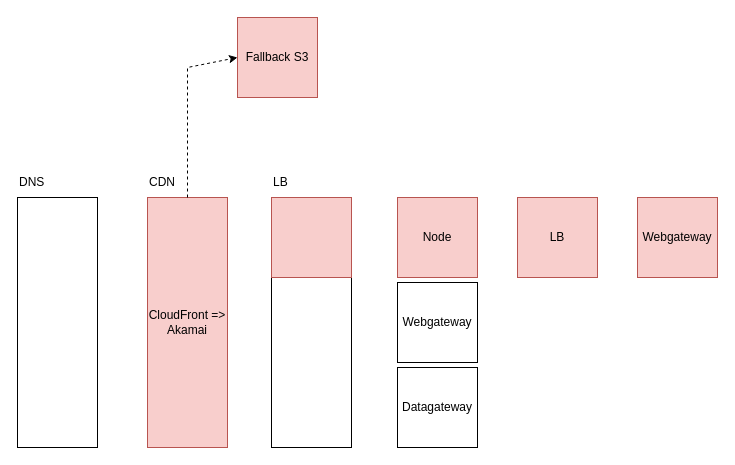
Earlier version of the draw.io diagram ssr-phemex.drawio (AC-YoY/diagram-storage). Source tidied: cells renumbered, new cells numbered last; positions are measured from the earlier drawing's top-left corner, leaving out a move shared by most shapes. Both pictures are drawn from the tidied source at 100%, with x=0, y=0 at pixel (17, 17).
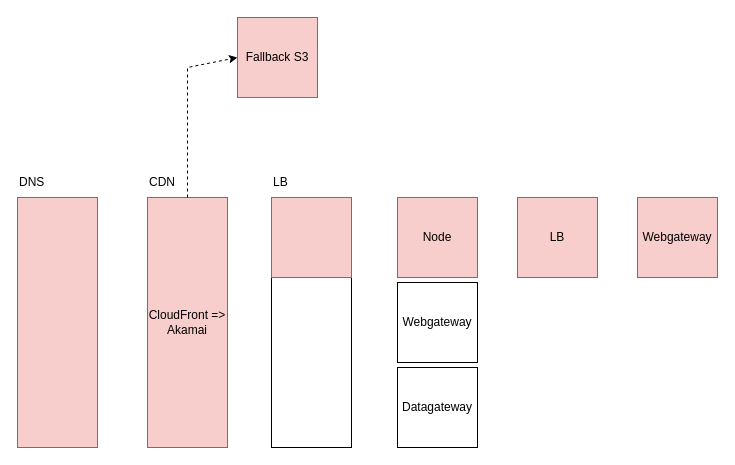
The same diagram, later.

The edit, as a diff of the source:
```diff
@@
 <mxGraphModel>
   <root>
     <mxCell id="0" />
     <mxCell id="1" parent="0" />
-    <mxCell id="2" style="rounded=0;whiteSpace=wrap;html=1;" parent="1" vertex="1">
+    <mxCell id="2" style="rounded=0;whiteSpace=wrap;html=1;fillColor=#f8cecc;strokeColor=#b85450;" parent="1" vertex="1">
       <mxGeometry y="180" width="80" height="250" as="geometry" />
     </mxCell>
     <mxCell id="3" value="&lt;div&gt;&lt;span style=&quot;background-color: transparent; color: light-dark(rgb(0, 0, 0), rgb(255, 255, 255));&quot;&gt;CloudFront =&amp;gt; Akamai&lt;/span&gt;&lt;/div&gt;" style="rounded=0;whiteSpace=wrap;html=1;fillColor=#f8cecc;strokeColor=#b85450;" parent="1" vertex="1">
       <mxGeometry x="130" y="180" width="80" height="250" as="geometry" />
     </mxCell>
     <mxCell id="4" style="rounded=0;whiteSpace=wrap;html=1;" parent="1" vertex="1">
       <mxGeometry x="254" y="180" width="80" height="250" as="geometry" />
     </mxCell>
     <mxCell id="5" value="DNS" style="text;html=1;align=left;verticalAlign=middle;whiteSpace=wrap;rounded=0;" parent="1" vertex="1">
       <mxGeometry y="150" width="60" height="30" as="geometry" />
     </mxCell>
     <mxCell id="6" value="CDN" style="text;html=1;align=left;verticalAlign=middle;whiteSpace=wrap;rounded=0;" parent="1" vertex="1">
       <mxGeometry x="130" y="150" width="60" height="30" as="geometry" />
     </mxCell>
     <mxCell id="7" value="LB" style="text;html=1;align=left;verticalAlign=middle;whiteSpace=wrap;rounded=0;" parent="1" vertex="1">
       <mxGeometry x="254" y="150" width="60" height="30" as="geometry" />
     </mxCell>
     <mxCell id="8" value="Node" style="rounded=0;whiteSpace=wrap;html=1;fillColor=#f8cecc;strokeColor=#b85450;" parent="1" vertex="1">
       <mxGeometry x="380" y="180" width="80" height="80" as="geometry" />
     </mxCell>
     <mxCell id="9" value="Webgateway" style="rounded=0;whiteSpace=wrap;html=1;" parent="1" vertex="1">
       <mxGeometry x="380" y="265" width="80" height="80" as="geometry" />
     </mxCell>
     <mxCell id="10" value="Datagateway" style="rounded=0;whiteSpace=wrap;html=1;" parent="1" vertex="1">
       <mxGeometry x="380" y="350" width="80" height="80" as="geometry" />
     </mxCell>
     <mxCell id="11" value="Webgateway" style="rounded=0;whiteSpace=wrap;html=1;fillColor=#f8cecc;strokeColor=#b85450;" parent="1" vertex="1">
       <mxGeometry x="620" y="180" width="80" height="80" as="geometry" />
     </mxCell>
     <mxCell id="12" value="LB" style="rounded=0;whiteSpace=wrap;html=1;fillColor=#f8cecc;strokeColor=#b85450;" parent="1" vertex="1">
       <mxGeometry x="500" y="180" width="80" height="80" as="geometry" />
     </mxCell>
     <mxCell id="13" style="rounded=0;whiteSpace=wrap;html=1;fillColor=#f8cecc;strokeColor=#b85450;" parent="1" vertex="1">
       <mxGeometry x="254" y="180" width="80" height="80" as="geometry" />
     </mxCell>
     <mxCell id="14" value="Fallback S3" style="rounded=0;whiteSpace=wrap;html=1;fillColor=#f8cecc;strokeColor=#b85450;" parent="1" vertex="1">
       <mxGeometry x="220" width="80" height="80" as="geometry" />
     </mxCell>
     <mxCell id="15" style="endArrow=classic;html=1;rounded=0;entryX=0;entryY=0.5;entryDx=0;entryDy=0;exitX=0.5;exitY=0;exitDx=0;exitDy=0;curved=0;strokeColor=default;dashed=1;" parent="1" edge="1" source="3" target="14">
       <mxGeometry relative="1" as="geometry">
         <Array as="points">
           <mxPoint x="170" y="50" />
         </Array>
       </mxGeometry>
     </mxCell>
   </root>
 </mxGraphModel>
```
